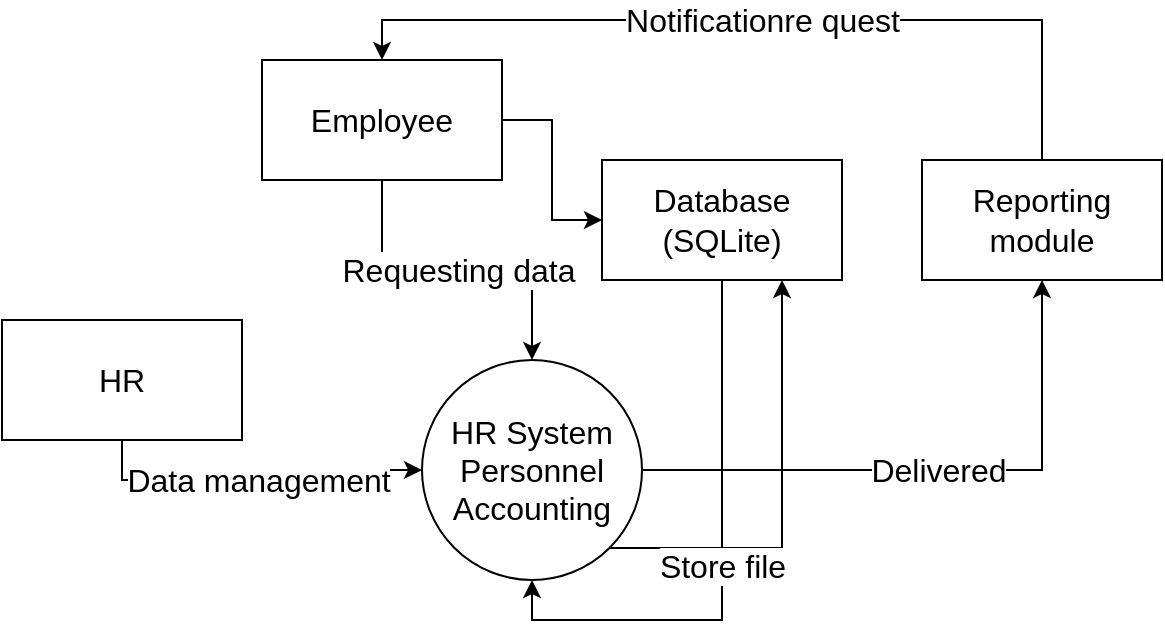
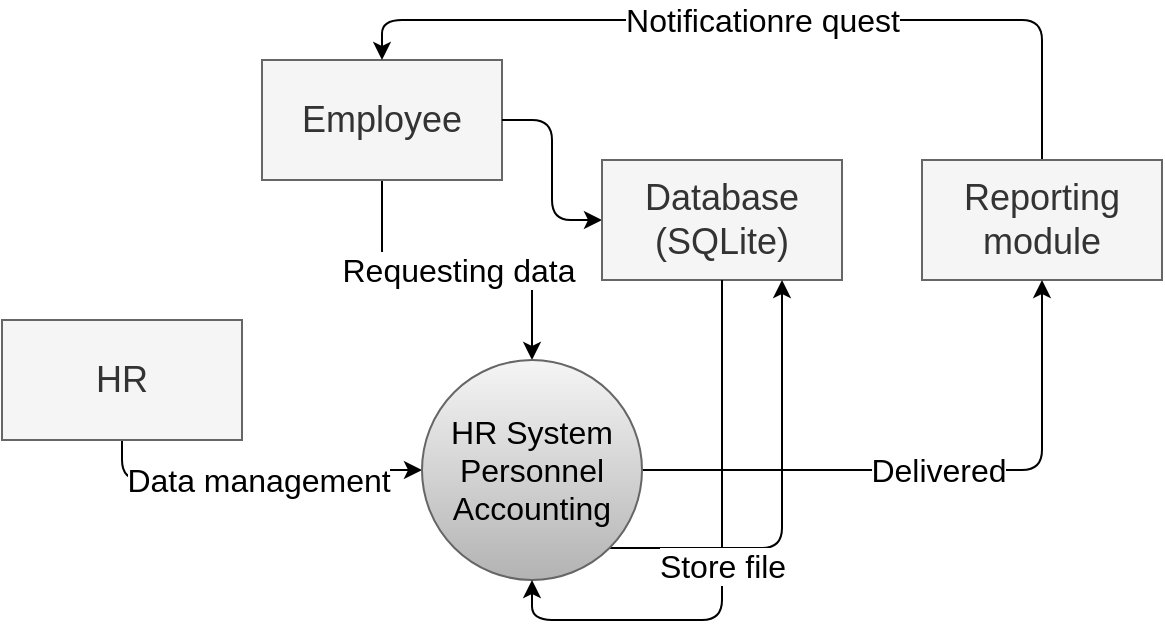
<mxfile host="app.diagrams.net">
  <diagram name="HR_Context_Diagram" id="6IukXXQT-anmr7QNZT10">
    <mxGraphModel dx="2191" dy="1218" grid="1" gridSize="10" guides="1" tooltips="1" connect="1" arrows="1" fold="1" page="1" pageScale="1" pageWidth="827" pageHeight="1169" math="0" shadow="0">
      <root>
        <mxCell id="0" />
        <mxCell id="1" parent="0" />
-         <mxCell id="652qJWQ_gx_xGPL41eSr-57" edge="1" parent="1" source="652qJWQ_gx_xGPL41eSr-31" style="edgeStyle=orthogonalEdgeStyle;rounded=0;orthogonalLoop=1;jettySize=auto;html=1;exitX=0.5;exitY=1;exitDx=0;exitDy=0;entryX=0;entryY=0.5;entryDx=0;entryDy=0;fontSize=16;" target="652qJWQ_gx_xGPL41eSr-35" value="Data management">
+         <mxCell id="652qJWQ_gx_xGPL41eSr-57" edge="1" parent="1" source="652qJWQ_gx_xGPL41eSr-31" style="edgeStyle=orthogonalEdgeStyle;rounded=1;orthogonalLoop=1;jettySize=auto;html=1;exitX=0.5;exitY=1;exitDx=0;exitDy=0;entryX=0;entryY=0.5;entryDx=0;entryDy=0;fontSize=16;curved=0;" target="652qJWQ_gx_xGPL41eSr-35" value="Data management">
          <mxGeometry relative="1" as="geometry" />
        </mxCell>
-         <mxCell id="652qJWQ_gx_xGPL41eSr-31" parent="1" style="rounded=0;whiteSpace=wrap;html=1;fontSize=16;" value="HR" vertex="1">
+         <mxCell id="652qJWQ_gx_xGPL41eSr-31" parent="1" style="rounded=0;whiteSpace=wrap;html=1;fontSize=18;fillColor=#f5f5f5;strokeColor=#666666;fontColor=#333333;" value="HR" vertex="1">
          <mxGeometry height="60" width="120" x="124" y="585" as="geometry" />
        </mxCell>
-         <mxCell id="652qJWQ_gx_xGPL41eSr-53" edge="1" parent="1" source="652qJWQ_gx_xGPL41eSr-32" style="edgeStyle=orthogonalEdgeStyle;rounded=0;orthogonalLoop=1;jettySize=auto;html=1;exitX=0.5;exitY=1;exitDx=0;exitDy=0;fontSize=16;" target="652qJWQ_gx_xGPL41eSr-35" value="Requesting data">
+         <mxCell id="652qJWQ_gx_xGPL41eSr-53" edge="1" parent="1" source="652qJWQ_gx_xGPL41eSr-32" style="edgeStyle=orthogonalEdgeStyle;rounded=1;orthogonalLoop=1;jettySize=auto;html=1;exitX=0.5;exitY=1;exitDx=0;exitDy=0;fontSize=16;curved=0;" target="652qJWQ_gx_xGPL41eSr-35" value="Requesting data">
          <mxGeometry relative="1" as="geometry" />
        </mxCell>
-         <mxCell id="652qJWQ_gx_xGPL41eSr-32" parent="1" style="rounded=0;whiteSpace=wrap;html=1;fontSize=16;" value="Employee" vertex="1">
+         <mxCell id="652qJWQ_gx_xGPL41eSr-32" parent="1" style="rounded=0;whiteSpace=wrap;html=1;fontSize=18;fillColor=#f5f5f5;strokeColor=#666666;fontColor=#333333;" value="Employee" vertex="1">
          <mxGeometry height="60" width="120" x="254" y="455" as="geometry" />
        </mxCell>
-         <mxCell id="652qJWQ_gx_xGPL41eSr-58" edge="1" parent="1" source="652qJWQ_gx_xGPL41eSr-33" style="edgeStyle=orthogonalEdgeStyle;rounded=0;orthogonalLoop=1;jettySize=auto;html=1;exitX=0;exitY=0.5;exitDx=0;exitDy=0;entryX=1;entryY=0.5;entryDx=0;entryDy=0;startArrow=classic;startFill=1;endArrow=none;endFill=0;" target="652qJWQ_gx_xGPL41eSr-32">
+         <mxCell id="652qJWQ_gx_xGPL41eSr-58" edge="1" parent="1" source="652qJWQ_gx_xGPL41eSr-33" style="edgeStyle=orthogonalEdgeStyle;rounded=1;orthogonalLoop=1;jettySize=auto;html=1;exitX=0;exitY=0.5;exitDx=0;exitDy=0;entryX=1;entryY=0.5;entryDx=0;entryDy=0;startArrow=classic;startFill=1;endArrow=none;endFill=0;curved=0;" target="652qJWQ_gx_xGPL41eSr-32">
          <mxGeometry relative="1" as="geometry" />
        </mxCell>
-         <mxCell id="652qJWQ_gx_xGPL41eSr-33" parent="1" style="rounded=0;whiteSpace=wrap;html=1;fontSize=16;" value="Database (SQLite)" vertex="1">
+         <mxCell id="652qJWQ_gx_xGPL41eSr-33" parent="1" style="rounded=0;whiteSpace=wrap;html=1;fontSize=18;fillColor=#f5f5f5;strokeColor=#666666;fontColor=#333333;" value="Database (SQLite)" vertex="1">
          <mxGeometry height="60" width="120" x="424" y="505" as="geometry" />
        </mxCell>
-         <mxCell id="652qJWQ_gx_xGPL41eSr-55" edge="1" parent="1" source="652qJWQ_gx_xGPL41eSr-34" style="edgeStyle=orthogonalEdgeStyle;rounded=0;orthogonalLoop=1;jettySize=auto;html=1;exitX=0.5;exitY=0;exitDx=0;exitDy=0;entryX=0.5;entryY=0;entryDx=0;entryDy=0;fontSize=16;" target="652qJWQ_gx_xGPL41eSr-32" value="Notificationre quest">
+         <mxCell id="652qJWQ_gx_xGPL41eSr-55" edge="1" parent="1" source="652qJWQ_gx_xGPL41eSr-34" style="edgeStyle=orthogonalEdgeStyle;rounded=1;orthogonalLoop=1;jettySize=auto;html=1;exitX=0.5;exitY=0;exitDx=0;exitDy=0;entryX=0.5;entryY=0;entryDx=0;entryDy=0;fontSize=16;curved=0;" target="652qJWQ_gx_xGPL41eSr-32" value="Notificationre quest">
          <mxGeometry relative="1" as="geometry" />
        </mxCell>
-         <mxCell id="652qJWQ_gx_xGPL41eSr-34" parent="1" style="rounded=0;whiteSpace=wrap;html=1;fontSize=16;" value="Reporting module" vertex="1">
+         <mxCell id="652qJWQ_gx_xGPL41eSr-34" parent="1" style="rounded=0;whiteSpace=wrap;html=1;fontSize=18;fillColor=#f5f5f5;strokeColor=#666666;fontColor=#333333;" value="Reporting module" vertex="1">
          <mxGeometry height="60" width="120" x="584" y="505" as="geometry" />
        </mxCell>
-         <mxCell id="652qJWQ_gx_xGPL41eSr-56" edge="1" parent="1" source="652qJWQ_gx_xGPL41eSr-35" style="edgeStyle=orthogonalEdgeStyle;rounded=0;orthogonalLoop=1;jettySize=auto;html=1;exitX=1;exitY=0.5;exitDx=0;exitDy=0;fontSize=16;" target="652qJWQ_gx_xGPL41eSr-34" value="Delivered">
+         <mxCell id="652qJWQ_gx_xGPL41eSr-56" edge="1" parent="1" source="652qJWQ_gx_xGPL41eSr-35" style="edgeStyle=orthogonalEdgeStyle;rounded=1;orthogonalLoop=1;jettySize=auto;html=1;exitX=1;exitY=0.5;exitDx=0;exitDy=0;fontSize=16;curved=0;" target="652qJWQ_gx_xGPL41eSr-34" value="Delivered">
          <mxGeometry relative="1" as="geometry" />
        </mxCell>
-         <mxCell id="652qJWQ_gx_xGPL41eSr-61" edge="1" parent="1" source="652qJWQ_gx_xGPL41eSr-35" style="edgeStyle=orthogonalEdgeStyle;rounded=0;orthogonalLoop=1;jettySize=auto;html=1;entryX=0.75;entryY=1;entryDx=0;entryDy=0;fontSize=16;" target="652qJWQ_gx_xGPL41eSr-33">
+         <mxCell id="652qJWQ_gx_xGPL41eSr-61" edge="1" parent="1" source="652qJWQ_gx_xGPL41eSr-35" style="edgeStyle=orthogonalEdgeStyle;rounded=1;orthogonalLoop=1;jettySize=auto;html=1;entryX=0.75;entryY=1;entryDx=0;entryDy=0;fontSize=16;curved=0;" target="652qJWQ_gx_xGPL41eSr-33">
          <mxGeometry relative="1" as="geometry">
            <Array as="points">
              <mxPoint x="514" y="699" />
            </Array>
          </mxGeometry>
        </mxCell>
-         <mxCell id="652qJWQ_gx_xGPL41eSr-35" parent="1" style="ellipse;whiteSpace=wrap;html=1;aspect=fixed;fontSize=16;" value="HR System Personnel Accounting" vertex="1">
+         <mxCell id="652qJWQ_gx_xGPL41eSr-35" parent="1" style="ellipse;whiteSpace=wrap;html=1;aspect=fixed;fontSize=16;fillColor=#f5f5f5;gradientColor=#b3b3b3;strokeColor=#666666;" value="HR System Personnel Accounting" vertex="1">
          <mxGeometry height="110" width="110" x="334" y="605" as="geometry" />
        </mxCell>
-         <mxCell id="652qJWQ_gx_xGPL41eSr-62" edge="1" parent="1" source="652qJWQ_gx_xGPL41eSr-33" style="edgeStyle=orthogonalEdgeStyle;rounded=0;orthogonalLoop=1;jettySize=auto;html=1;exitX=0.5;exitY=1;exitDx=0;exitDy=0;entryX=0.5;entryY=1;entryDx=0;entryDy=0;fontSize=16;" target="652qJWQ_gx_xGPL41eSr-35" value="Store file">
+         <mxCell id="652qJWQ_gx_xGPL41eSr-62" edge="1" parent="1" source="652qJWQ_gx_xGPL41eSr-33" style="edgeStyle=orthogonalEdgeStyle;rounded=1;orthogonalLoop=1;jettySize=auto;html=1;exitX=0.5;exitY=1;exitDx=0;exitDy=0;entryX=0.5;entryY=1;entryDx=0;entryDy=0;fontSize=16;curved=0;" target="652qJWQ_gx_xGPL41eSr-35" value="Store file">
          <mxGeometry relative="1" as="geometry" />
        </mxCell>
      </root>
    </mxGraphModel>
  </diagram>
</mxfile>
